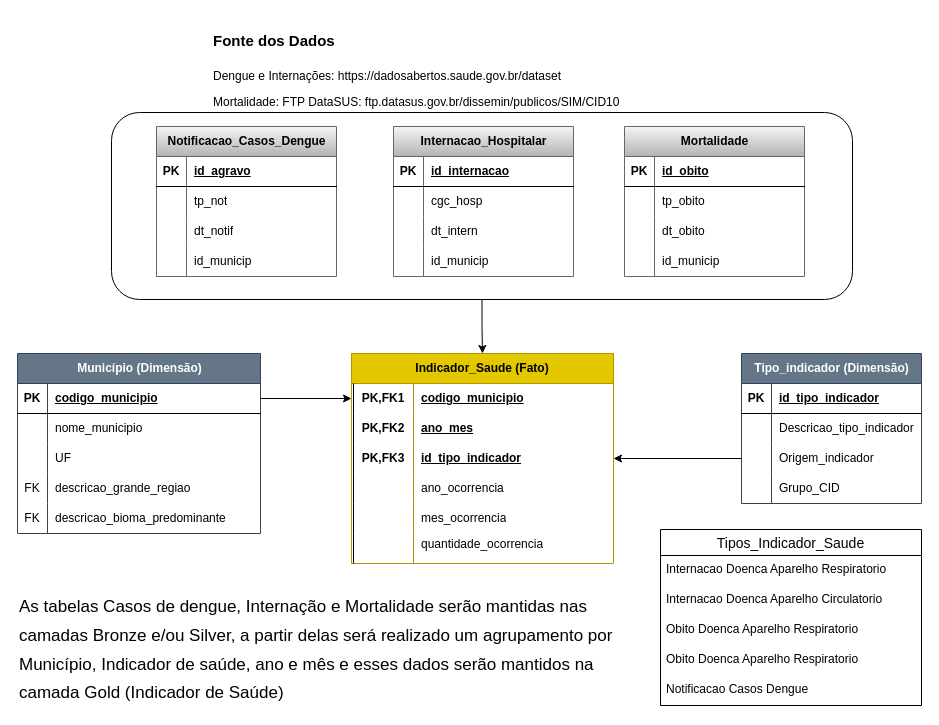
Earlier version of the draw.io diagram Data_SUS/MER_Saude.drawio (marcoconti/mais_einstein). Source tidied: cells renumbered, new cells numbered last; positions are measured from the earlier drawing's top-left corner, leaving out a move shared by most shapes. Both pictures are drawn from the tidied source at 100%, with x=0, y=0 at pixel (17, 17).
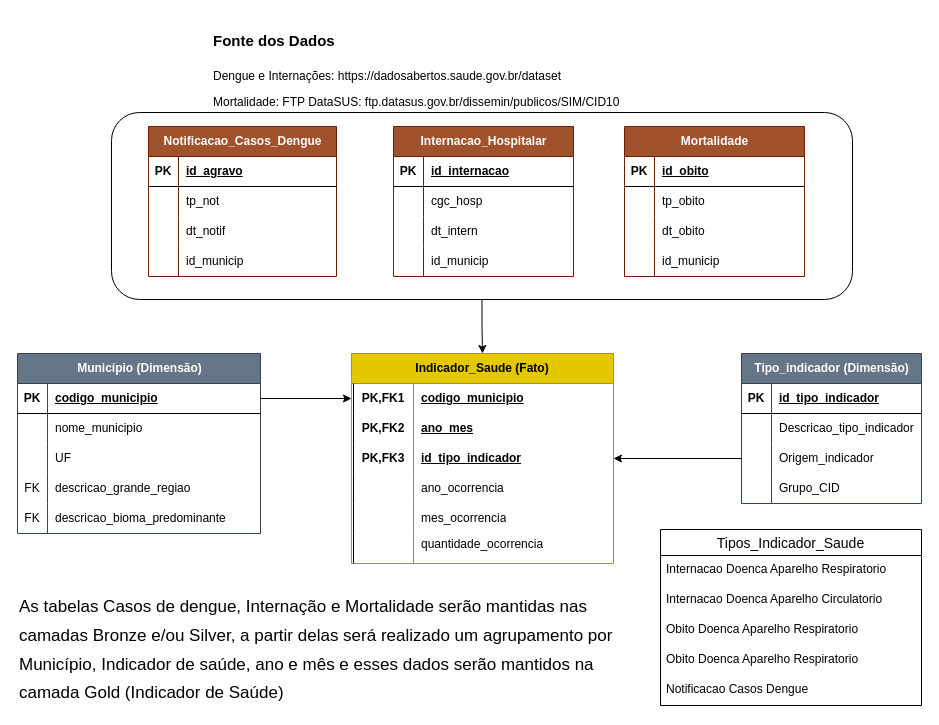
Above is the later version.

The edit, as a diff of the source:
```diff
@@
-    <mxCell id="59" style="group;" parent="1" vertex="1">
+    <mxCell id="59" style="group;fillColor=none;fontColor=#ffffff;strokeColor=none;" parent="1" vertex="1">
       <mxGeometry x="94" y="95" width="741" height="187" as="geometry" />
     </mxCell>
@@
-    <mxCell id="61" value="Notificacao_Casos_Dengue" style="shape=table;startSize=30;childLayout=tableLayout;rowLines=0;fontStyle=1;align=center;html=1;fillColor=#f5f5f5;strokeColor=#666666;gradientColor=#b3b3b3;" parent="59" vertex="1">
-      <mxGeometry x="45" y="14" width="180" height="150" as="geometry" />
+    <mxCell id="61" value="Notificacao_Casos_Dengue" style="shape=table;startSize=30;childLayout=tableLayout;rowLines=0;fontStyle=1;align=center;html=1;fillColor=#a0522d;strokeColor=#6D1F00;fontColor=#ffffff;" parent="59" vertex="1">
+      <mxGeometry x="37" y="14" width="188" height="150" as="geometry" />
     </mxCell>
     <mxCell id="62" style="shape=tableRow;horizontal=0;startSize=0;swimlaneHead=0;swimlaneBody=0;fillColor=none;top=0;left=0;right=0;bottom=1;" parent="61" vertex="1">
-      <mxGeometry y="30" width="180" height="30" as="geometry" />
+      <mxGeometry y="30" width="188" height="30" as="geometry" />
     </mxCell>
@@
     <mxCell id="64" value="id_agravo" style="shape=partialRectangle;fillColor=none;top=0;left=0;bottom=0;right=0;align=left;spacingLeft=6;fontStyle=5;overflow=hidden;whiteSpace=wrap;html=1;" parent="62" vertex="1">
-      <mxGeometry x="30" width="150" height="30" as="geometry" />
+      <mxGeometry x="30" width="158" height="30" as="geometry" />
     </mxCell>
     <mxCell id="65" style="shape=tableRow;horizontal=0;startSize=0;swimlaneHead=0;swimlaneBody=0;fillColor=none;top=0;left=0;right=0;bottom=0;" parent="61" vertex="1">
-      <mxGeometry y="60" width="180" height="30" as="geometry" />
+      <mxGeometry y="60" width="188" height="30" as="geometry" />
     </mxCell>
@@
     <mxCell id="67" value="tp_not" style="shape=partialRectangle;fillColor=none;top=0;left=0;bottom=0;right=0;align=left;spacingLeft=6;overflow=hidden;whiteSpace=wrap;html=1;" parent="65" vertex="1">
-      <mxGeometry x="30" width="150" height="30" as="geometry" />
+      <mxGeometry x="30" width="158" height="30" as="geometry" />
     </mxCell>
     <mxCell id="68" style="shape=tableRow;horizontal=0;startSize=0;swimlaneHead=0;swimlaneBody=0;fillColor=none;top=0;left=0;right=0;bottom=0;" parent="61" vertex="1">
-      <mxGeometry y="90" width="180" height="30" as="geometry" />
+      <mxGeometry y="90" width="188" height="30" as="geometry" />
     </mxCell>
@@
     <mxCell id="70" value="dt_notif" style="shape=partialRectangle;fillColor=none;top=0;left=0;bottom=0;right=0;align=left;spacingLeft=6;overflow=hidden;whiteSpace=wrap;html=1;" parent="68" vertex="1">
-      <mxGeometry x="30" width="150" height="30" as="geometry" />
+      <mxGeometry x="30" width="158" height="30" as="geometry" />
     </mxCell>
     <mxCell id="71" style="shape=tableRow;horizontal=0;startSize=0;swimlaneHead=0;swimlaneBody=0;fillColor=none;top=0;left=0;right=0;bottom=0;" parent="61" vertex="1">
-      <mxGeometry y="120" width="180" height="30" as="geometry" />
+      <mxGeometry y="120" width="188" height="30" as="geometry" />
     </mxCell>
@@
     <mxCell id="73" value="id_municip" style="shape=partialRectangle;fillColor=none;top=0;left=0;bottom=0;right=0;align=left;spacingLeft=6;overflow=hidden;whiteSpace=wrap;html=1;" parent="71" vertex="1">
-      <mxGeometry x="30" width="150" height="30" as="geometry" />
+      <mxGeometry x="30" width="158" height="30" as="geometry" />
     </mxCell>
-    <mxCell id="74" value="Internacao_Hospitalar" style="shape=table;startSize=30;childLayout=tableLayout;rowLines=0;fontStyle=1;align=center;html=1;fillColor=#f5f5f5;strokeColor=#666666;gradientColor=#b3b3b3;" parent="59" vertex="1">
+    <mxCell id="74" value="Internacao_Hospitalar" style="shape=table;startSize=30;childLayout=tableLayout;rowLines=0;fontStyle=1;align=center;html=1;fillColor=#a0522d;strokeColor=#6D1F00;fontColor=#ffffff;" parent="59" vertex="1">
       <mxGeometry x="282" y="14" width="180" height="150" as="geometry" />
     </mxCell>
@@
-    <mxCell id="87" value="Mortalidade" style="shape=table;startSize=30;childLayout=tableLayout;rowLines=0;fontStyle=1;align=center;html=1;fillColor=#f5f5f5;strokeColor=#666666;gradientColor=#b3b3b3;" parent="59" vertex="1">
+    <mxCell id="87" value="Mortalidade" style="shape=table;startSize=30;childLayout=tableLayout;rowLines=0;fontStyle=1;align=center;html=1;fillColor=#a0522d;strokeColor=#6D1F00;fontColor=#ffffff;" parent="59" vertex="1">
       <mxGeometry x="513" y="14" width="180" height="150" as="geometry" />
     </mxCell>
```
